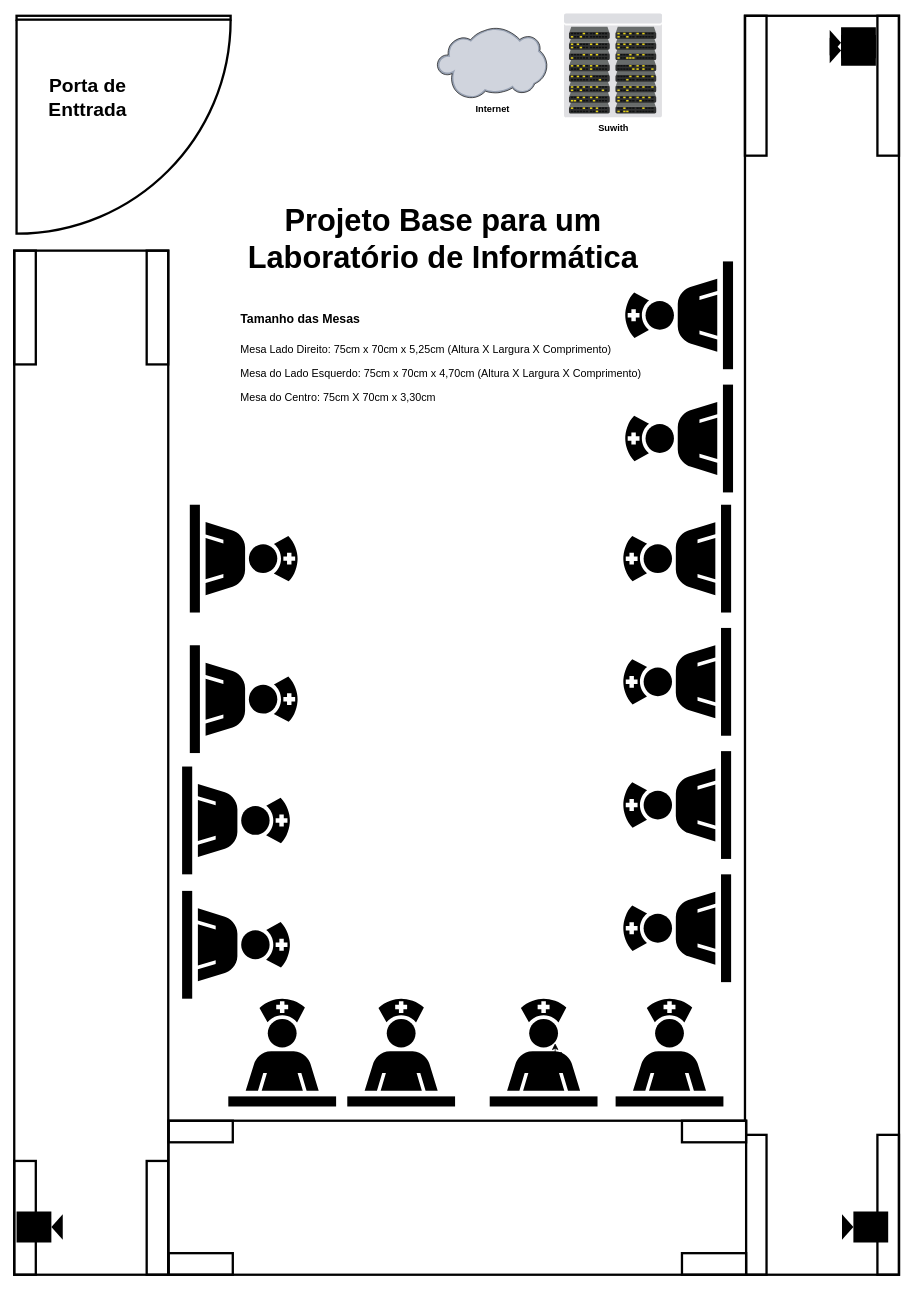
This is page 2 of 3 of ProjetoPavuna.drawio from FcoCarlosBarbosaMartins/ProjetoPavuna, a draw.io file, before an edit. Source tidied: cells renumbered, new cells numbered last; positions are measured from the earlier drawing's top-left corner, leaving out a move shared by most shapes. Both pictures are drawn from the tidied source at 77%, with x=0, y=0 at pixel (14, 13).
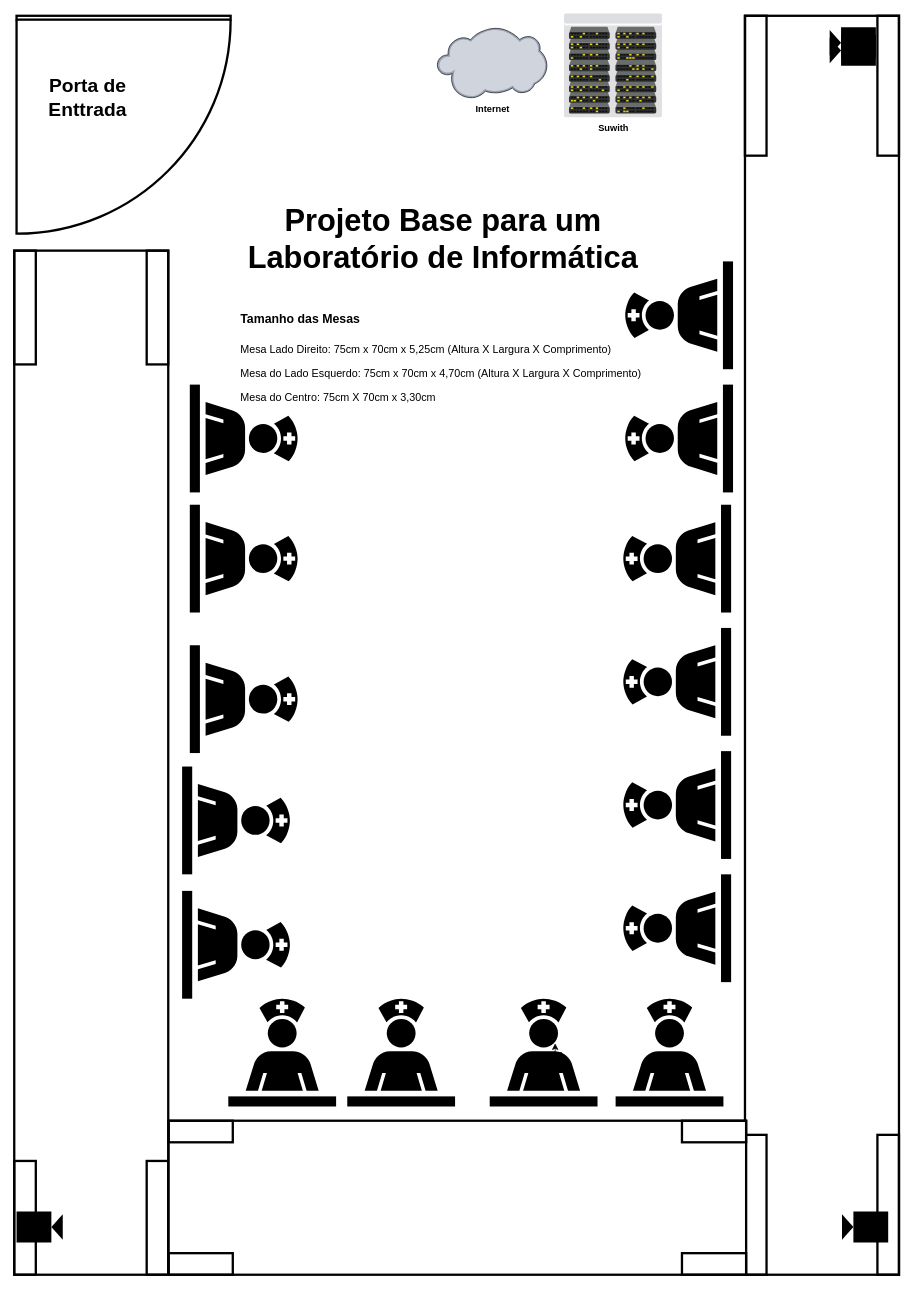
The same page after the edit.

Change to the diagram source:
```diff
@@
+    <mxCell id="30" style="shape=mxgraph.signs.healthcare.care_staff_area;html=1;fillColor=#000000;strokeColor=none;verticalLabelPosition=bottom;verticalAlign=top;align=center;direction=south;" parent="1" vertex="1">
+      <mxGeometry x="228" y="482" width="140" height="140" as="geometry" />
+    </mxCell>
```
